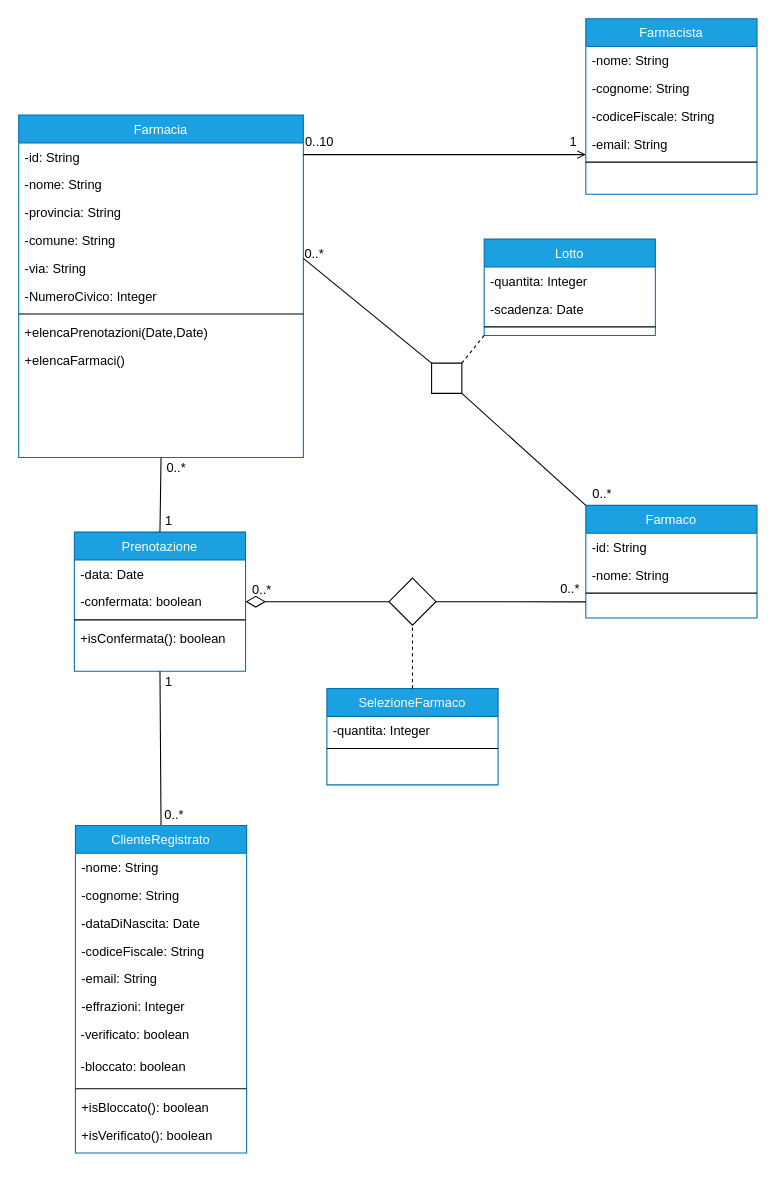
Above: page "DominioFarmacia" (1 of 3) of drawio/Progettazione/DettaglioFarmacia.drawio in lnwor/farmabyte-doc (draw.io), before the change. Source tidied: cells renumbered, new cells numbered last; positions are measured from the earlier drawing's top-left corner, leaving out a move shared by most shapes. Both pictures are drawn from the tidied source at 107%, with x=0, y=0 at pixel (18, 18).
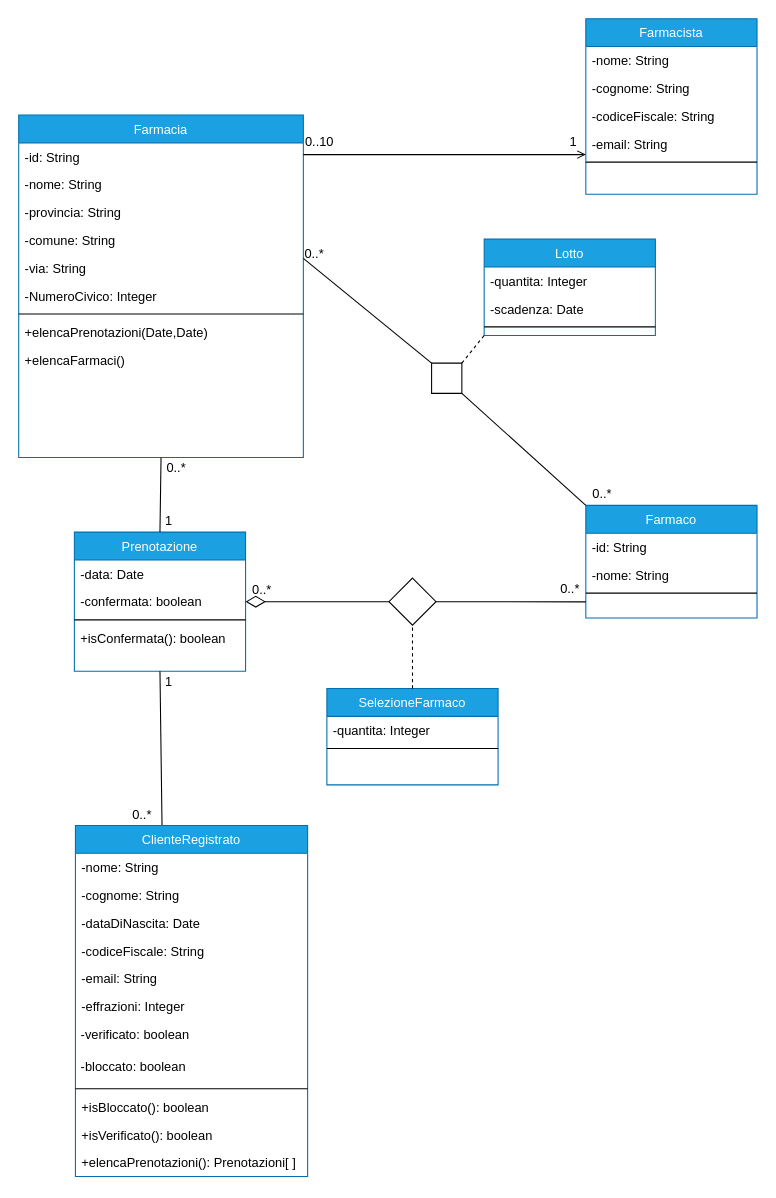
After the change.

Commit message (it also covers changes not shown here):
fix dominio funzione elencaPrenotazioni

Unchanged cells that the change refers to:
```xml
<mxCell id="25" value="Prenotazione" style="swimlane;fontStyle=0;align=center;verticalAlign=top;horizontal=1;startSize=26;rounded=0;shadow=0;strokeWidth=1;fillColor=#1ba1e2;strokeColor=#006EAF;fontColor=#ffffff;" parent="1" vertex="1">
  <mxGeometry x="52" y="479.8" width="160" height="130" as="geometry" />
</mxCell>
```

What changed in the source:
```diff
@@
-    <mxCell id="31" style="endArrow=none;html=1;exitX=0.5;exitY=0;exitDx=0;exitDy=0;entryX=0.5;entryY=1;entryDx=0;entryDy=0;endFill=0;" parent="1" edge="1" source="38" target="25">
+    <mxCell id="31" style="endArrow=none;html=1;exitX=0.373;exitY=0.003;exitDx=0;exitDy=0;entryX=0.5;entryY=1;entryDx=0;entryDy=0;endFill=0;exitPerimeter=0;" parent="1" edge="1" source="38" target="25">
       <mxGeometry relative="1" as="geometry" />
     </mxCell>
@@
     <mxCell id="36" value="0..*" style="text;html=1;align=center;verticalAlign=middle;strokeColor=none;" parent="1" vertex="1">
-      <mxGeometry x="130" y="734" width="30" height="20" as="geometry" />
+      <mxGeometry x="100" y="734" width="30" height="20" as="geometry" />
     </mxCell>
@@
     <mxCell id="38" value="ClienteRegistrato" style="swimlane;fontStyle=0;align=center;verticalAlign=top;horizontal=1;startSize=26;rounded=0;shadow=0;strokeWidth=1;fillColor=#1ba1e2;strokeColor=#006EAF;fontColor=#ffffff;" parent="1" vertex="1">
-      <mxGeometry x="53" y="754" width="160" height="306" as="geometry" />
+      <mxGeometry x="53" y="754" width="217" height="328" as="geometry" />
     </mxCell>
     <mxCell id="39" value="-nome: String&#10;" style="text;align=left;verticalAlign=top;spacingLeft=4;spacingRight=4;overflow=hidden;" parent="38" vertex="1">
-      <mxGeometry y="26" width="160" height="26" as="geometry" />
+      <mxGeometry y="26" width="217" height="26" as="geometry" />
     </mxCell>
     <mxCell id="40" value="-cognome: String" style="text;align=left;verticalAlign=top;spacingLeft=4;spacingRight=4;overflow=hidden;" parent="38" vertex="1">
-      <mxGeometry y="52" width="160" height="26" as="geometry" />
+      <mxGeometry y="52" width="217" height="26" as="geometry" />
     </mxCell>
     <mxCell id="41" value="-dataDiNascita: Date" style="text;align=left;verticalAlign=top;spacingLeft=4;spacingRight=4;overflow=hidden;" parent="38" vertex="1">
-      <mxGeometry y="78" width="160" height="26" as="geometry" />
+      <mxGeometry y="78" width="217" height="26" as="geometry" />
     </mxCell>
     <mxCell id="42" value="-codiceFiscale: String" style="text;align=left;verticalAlign=top;spacingLeft=4;spacingRight=4;overflow=hidden;" parent="38" vertex="1">
-      <mxGeometry y="104" width="160" height="26" as="geometry" />
+      <mxGeometry y="104" width="217" height="26" as="geometry" />
     </mxCell>
     <mxCell id="43" value="-email: String" style="text;align=left;verticalAlign=top;spacingLeft=4;spacingRight=4;overflow=hidden;" parent="38" vertex="1">
-      <mxGeometry y="130" width="160" height="26" as="geometry" />
+      <mxGeometry y="130" width="217" height="26" as="geometry" />
     </mxCell>
     <mxCell id="44" value="-effrazioni: Integer" style="text;align=left;verticalAlign=top;spacingLeft=4;spacingRight=4;overflow=hidden;" parent="38" vertex="1">
-      <mxGeometry y="156" width="160" height="26" as="geometry" />
+      <mxGeometry y="156" width="217" height="26" as="geometry" />
     </mxCell>
     <mxCell id="45" value="&lt;font face=&quot;helvetica&quot;&gt;&amp;nbsp;-verificato: boolean&lt;/font&gt;" style="text;whiteSpace=wrap;html=1;" parent="38" vertex="1">
-      <mxGeometry y="182" width="160" height="30" as="geometry" />
+      <mxGeometry y="182" width="217" height="30" as="geometry" />
     </mxCell>
     <mxCell id="46" value="&lt;font face=&quot;helvetica&quot;&gt;&amp;nbsp;-bloccato: boolean&lt;/font&gt;" style="text;whiteSpace=wrap;html=1;" parent="38" vertex="1">
-      <mxGeometry y="212" width="160" height="30" as="geometry" />
+      <mxGeometry y="212" width="217" height="30" as="geometry" />
     </mxCell>
     <mxCell id="47" style="line;html=1;strokeWidth=1;align=left;verticalAlign=middle;spacingTop=-1;spacingLeft=3;spacingRight=3;labelPosition=right;" parent="38" vertex="1">
-      <mxGeometry y="242" width="160" height="8" as="geometry" />
+      <mxGeometry y="242" width="217" height="8" as="geometry" />
     </mxCell>
     <mxCell id="48" value="+isBloccato(): boolean" style="text;align=left;verticalAlign=top;spacingLeft=4;spacingRight=4;overflow=hidden;" parent="38" vertex="1">
-      <mxGeometry y="250" width="160" height="26" as="geometry" />
+      <mxGeometry y="250" width="217" height="26" as="geometry" />
     </mxCell>
     <mxCell id="49" value="+isVerificato(): boolean" style="text;align=left;verticalAlign=top;spacingLeft=4;spacingRight=4;overflow=hidden;" parent="38" vertex="1">
-      <mxGeometry y="276" width="160" height="26" as="geometry" />
+      <mxGeometry y="276" width="217" height="26" as="geometry" />
     </mxCell>
+    <mxCell id="67" value="+elencaPrenotazioni(): Prenotazioni[ ]" style="text;align=left;verticalAlign=top;spacingLeft=4;spacingRight=4;overflow=hidden;" parent="38" vertex="1">
+      <mxGeometry y="302" width="217" height="26" as="geometry" />
+    </mxCell>
```
